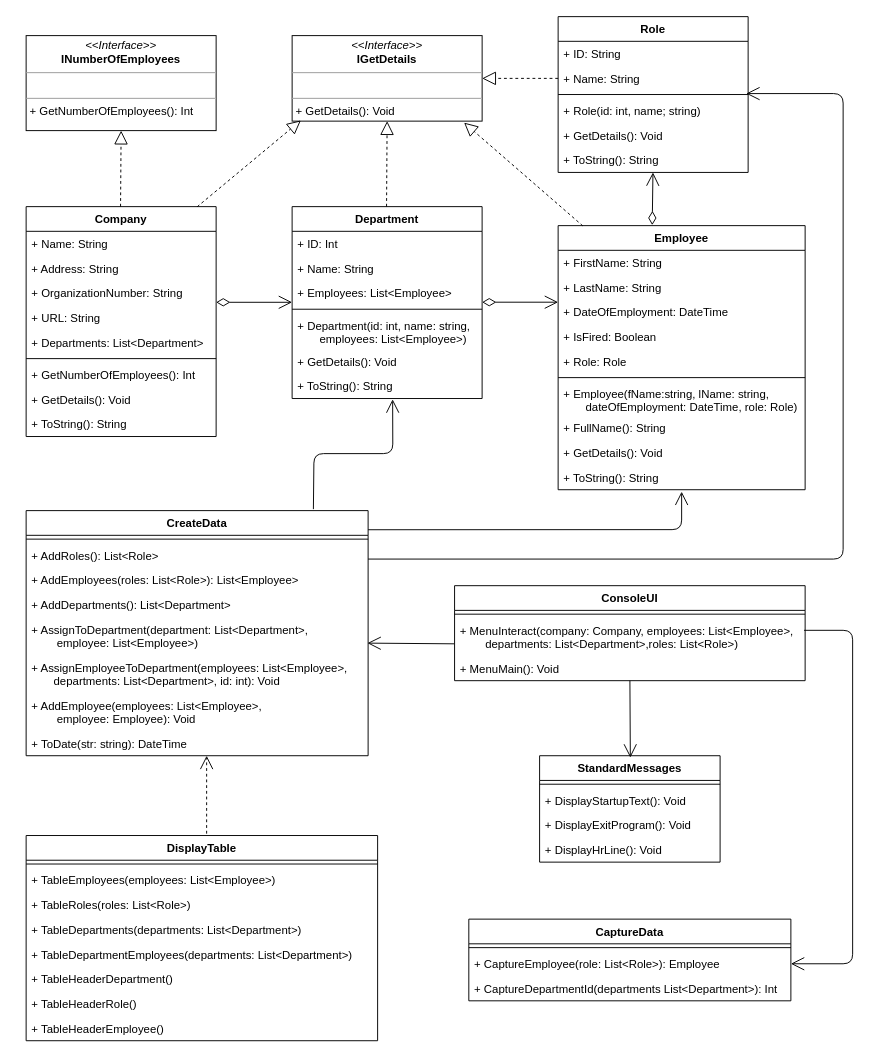
The draw.io diagram laboration_3/DICE.drawio in philipsinnott/gik2f7_laborationer, before the edit. Source tidied: cells renumbered, new cells numbered last; positions are measured from the earlier drawing's top-left corner, leaving out a move shared by most shapes. Both pictures are drawn from the tidied source at 95%, with x=0, y=0 at pixel (26, 16).
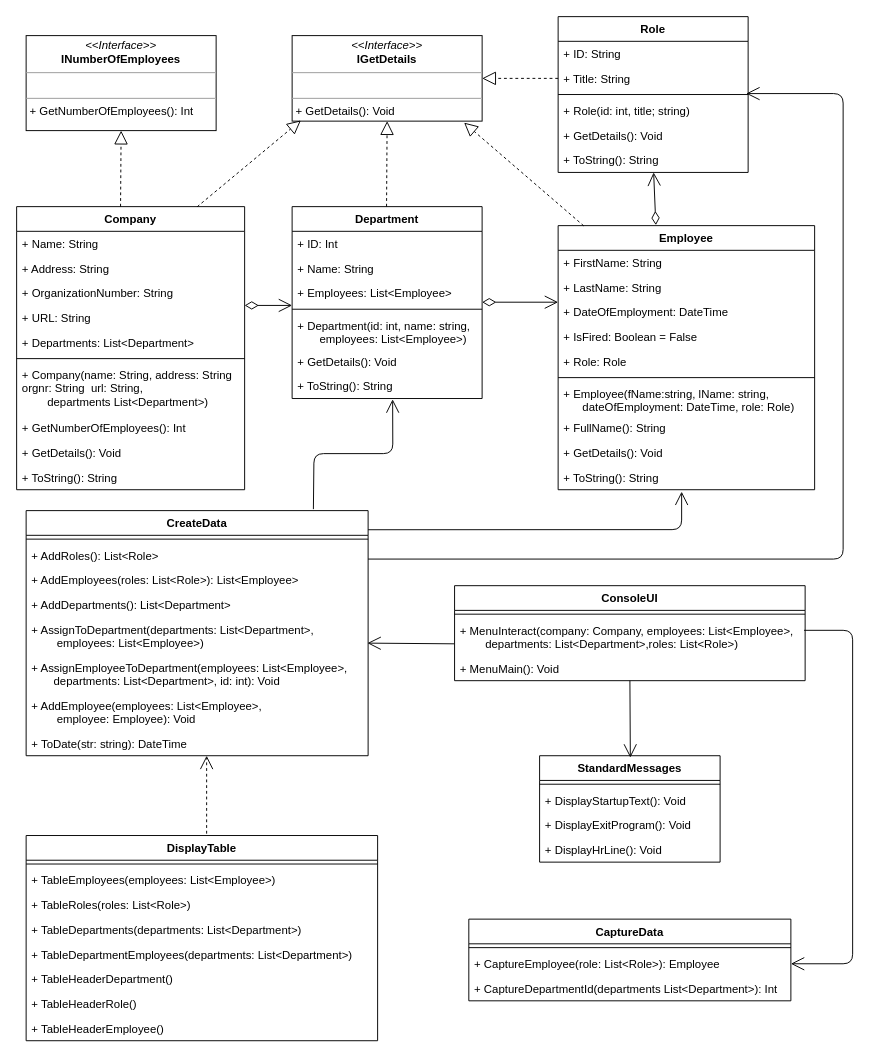
The same page after the edit.

Unchanged cells that the change refers to:
```xml
<mxCell id="32" value="Role" style="swimlane;fontStyle=1;align=center;verticalAlign=top;horizontal=1;startSize=26;" parent="1" vertex="1">
  <mxGeometry x="560" width="200" height="164" as="geometry" />
</mxCell>
<mxCell id="49" value="CreateData" style="swimlane;fontStyle=1;align=center;verticalAlign=top;horizontal=1;startSize=26;" parent="1" vertex="1">
  <mxGeometry y="520" width="360" height="258" as="geometry" />
</mxCell>
```

The edit, as a diff of the source:
```diff
@@
     <mxCell id="2" value="Employee" style="swimlane;fontStyle=1;align=center;verticalAlign=top;horizontal=1;startSize=26;" parent="1" vertex="1">
-      <mxGeometry x="560" y="220" width="260" height="278" as="geometry" />
+      <mxGeometry x="560" y="220" width="270" height="278" as="geometry" />
     </mxCell>
     <mxCell id="3" value="+ FirstName: String" style="text;strokeColor=none;fillColor=none;align=left;verticalAlign=top;spacingLeft=4;spacingRight=4;overflow=hidden;" parent="2" vertex="1">
-      <mxGeometry y="26" width="260" height="26" as="geometry" />
+      <mxGeometry y="26" width="270" height="26" as="geometry" />
     </mxCell>
     <mxCell id="4" value="+ LastName: String" style="text;strokeColor=none;fillColor=none;align=left;verticalAlign=top;spacingLeft=4;spacingRight=4;overflow=hidden;" parent="2" vertex="1">
-      <mxGeometry y="52" width="260" height="26" as="geometry" />
+      <mxGeometry y="52" width="270" height="26" as="geometry" />
     </mxCell>
     <mxCell id="5" value="+ DateOfEmployment: DateTime" style="text;strokeColor=none;fillColor=none;align=left;verticalAlign=top;spacingLeft=4;spacingRight=4;overflow=hidden;" parent="2" vertex="1">
-      <mxGeometry y="78" width="260" height="26" as="geometry" />
+      <mxGeometry y="78" width="270" height="26" as="geometry" />
     </mxCell>
-    <mxCell id="6" value="+ IsFired: Boolean" style="text;strokeColor=none;fillColor=none;align=left;verticalAlign=top;spacingLeft=4;spacingRight=4;overflow=hidden;" parent="2" vertex="1">
-      <mxGeometry y="104" width="260" height="26" as="geometry" />
+    <mxCell id="6" value="+ IsFired: Boolean = False" style="text;strokeColor=none;fillColor=none;align=left;verticalAlign=top;spacingLeft=4;spacingRight=4;overflow=hidden;" parent="2" vertex="1">
+      <mxGeometry y="104" width="270" height="26" as="geometry" />
     </mxCell>
     <mxCell id="7" value="+ Role: Role" style="text;strokeColor=none;fillColor=none;align=left;verticalAlign=top;spacingLeft=4;spacingRight=4;overflow=hidden;" parent="2" vertex="1">
-      <mxGeometry y="130" width="260" height="26" as="geometry" />
+      <mxGeometry y="130" width="270" height="26" as="geometry" />
     </mxCell>
     <mxCell id="8" style="line;strokeWidth=1;fillColor=none;align=left;verticalAlign=middle;spacingTop=-1;spacingLeft=3;spacingRight=3;labelPosition=right;" parent="2" vertex="1">
-      <mxGeometry y="156" width="260" height="8" as="geometry" />
+      <mxGeometry y="156" width="270" height="8" as="geometry" />
     </mxCell>
-    <mxCell id="9" value="+ Employee(fName:string, lName: string, &#10;       dateOfEmployment: DateTime, role: Role)" style="text;strokeColor=none;fillColor=none;align=left;verticalAlign=top;spacingLeft=4;spacingRight=4;overflow=hidden;" parent="2" vertex="1">
-      <mxGeometry y="164" width="260" height="36" as="geometry" />
+    <mxCell id="9" value="+ Employee(fName:string, lName: string, &#10;      dateOfEmployment: DateTime, role: Role)" style="text;strokeColor=none;fillColor=none;align=left;verticalAlign=top;spacingLeft=4;spacingRight=4;overflow=hidden;" parent="2" vertex="1">
+      <mxGeometry y="164" width="270" height="36" as="geometry" />
     </mxCell>
     <mxCell id="10" value="+ FullName(): String" style="text;strokeColor=none;fillColor=none;align=left;verticalAlign=top;spacingLeft=4;spacingRight=4;overflow=hidden;" parent="2" vertex="1">
-      <mxGeometry y="200" width="260" height="26" as="geometry" />
+      <mxGeometry y="200" width="270" height="26" as="geometry" />
     </mxCell>
     <mxCell id="11" value="+ GetDetails(): Void" style="text;strokeColor=none;fillColor=none;align=left;verticalAlign=top;spacingLeft=4;spacingRight=4;overflow=hidden;" parent="2" vertex="1">
-      <mxGeometry y="226" width="260" height="26" as="geometry" />
+      <mxGeometry y="226" width="270" height="26" as="geometry" />
     </mxCell>
     <mxCell id="12" value="+ ToString(): String" style="text;strokeColor=none;fillColor=none;align=left;verticalAlign=top;spacingLeft=4;spacingRight=4;overflow=hidden;" parent="2" vertex="1">
-      <mxGeometry y="252" width="260" height="26" as="geometry" />
+      <mxGeometry y="252" width="270" height="26" as="geometry" />
     </mxCell>
@@
     <mxCell id="21" value="Company" style="swimlane;fontStyle=1;align=center;verticalAlign=top;horizontal=1;startSize=26;" parent="1" vertex="1">
-      <mxGeometry y="200" width="200" height="242" as="geometry" />
+      <mxGeometry x="-10" y="200" width="240" height="298" as="geometry" />
     </mxCell>
     <mxCell id="22" value="+ Name: String&#10;" style="text;strokeColor=none;fillColor=none;align=left;verticalAlign=top;spacingLeft=4;spacingRight=4;overflow=hidden;" parent="21" vertex="1">
-      <mxGeometry y="26" width="200" height="26" as="geometry" />
+      <mxGeometry y="26" width="240" height="26" as="geometry" />
     </mxCell>
     <mxCell id="23" value="+ Address: String" style="text;strokeColor=none;fillColor=none;align=left;verticalAlign=top;spacingLeft=4;spacingRight=4;overflow=hidden;" parent="21" vertex="1">
-      <mxGeometry y="52" width="200" height="26" as="geometry" />
+      <mxGeometry y="52" width="240" height="26" as="geometry" />
     </mxCell>
     <mxCell id="24" value="+ OrganizationNumber: String" style="text;strokeColor=none;fillColor=none;align=left;verticalAlign=top;spacingLeft=4;spacingRight=4;overflow=hidden;" parent="21" vertex="1">
-      <mxGeometry y="78" width="200" height="26" as="geometry" />
+      <mxGeometry y="78" width="240" height="26" as="geometry" />
     </mxCell>
     <mxCell id="25" value="+ URL: String" style="text;strokeColor=none;fillColor=none;align=left;verticalAlign=top;spacingLeft=4;spacingRight=4;overflow=hidden;" parent="21" vertex="1">
-      <mxGeometry y="104" width="200" height="26" as="geometry" />
+      <mxGeometry y="104" width="240" height="26" as="geometry" />
     </mxCell>
     <mxCell id="26" value="+ Departments: List&lt;Department&gt;" style="text;strokeColor=none;fillColor=none;align=left;verticalAlign=top;spacingLeft=4;spacingRight=4;overflow=hidden;" parent="21" vertex="1">
-      <mxGeometry y="130" width="200" height="26" as="geometry" />
+      <mxGeometry y="130" width="240" height="26" as="geometry" />
     </mxCell>
     <mxCell id="27" style="line;strokeWidth=1;fillColor=none;align=left;verticalAlign=middle;spacingTop=-1;spacingLeft=3;spacingRight=3;labelPosition=right;" parent="21" vertex="1">
-      <mxGeometry y="156" width="200" height="8" as="geometry" />
+      <mxGeometry y="156" width="240" height="8" as="geometry" />
     </mxCell>
+    <mxCell id="86" value="+ Company(name: String, address: String&#10;        orgnr: String  url: String,&#10;         departments List&lt;Department&gt;) " style="text;strokeColor=none;fillColor=none;align=left;verticalAlign=top;spacingLeft=4;spacingRight=4;overflow=hidden;" parent="21" vertex="1">
+      <mxGeometry y="164" width="240" height="56" as="geometry" />
+    </mxCell>
     <mxCell id="28" value="+ GetNumberOfEmployees(): Int" style="text;strokeColor=none;fillColor=none;align=left;verticalAlign=top;spacingLeft=4;spacingRight=4;overflow=hidden;" parent="21" vertex="1">
-      <mxGeometry y="164" width="200" height="26" as="geometry" />
+      <mxGeometry y="220" width="240" height="26" as="geometry" />
     </mxCell>
     <mxCell id="29" value="+ GetDetails(): Void" style="text;strokeColor=none;fillColor=none;align=left;verticalAlign=top;spacingLeft=4;spacingRight=4;overflow=hidden;" parent="21" vertex="1">
-      <mxGeometry y="190" width="200" height="26" as="geometry" />
+      <mxGeometry y="246" width="240" height="26" as="geometry" />
     </mxCell>
     <mxCell id="30" value="+ ToString(): String" style="text;strokeColor=none;fillColor=none;align=left;verticalAlign=top;spacingLeft=4;spacingRight=4;overflow=hidden;" parent="21" vertex="1">
-      <mxGeometry y="216" width="200" height="26" as="geometry" />
+      <mxGeometry y="272" width="240" height="26" as="geometry" />
     </mxCell>
@@
-    <mxCell id="34" value="+ Name: String" style="text;strokeColor=none;fillColor=none;align=left;verticalAlign=top;spacingLeft=4;spacingRight=4;overflow=hidden;points=[[0,0.5],[1,0.5]];portConstraint=eastwest;" parent="32" vertex="1">
+    <mxCell id="34" value="+ Title: String" style="text;strokeColor=none;fillColor=none;align=left;verticalAlign=top;spacingLeft=4;spacingRight=4;overflow=hidden;points=[[0,0.5],[1,0.5]];portConstraint=eastwest;" parent="32" vertex="1">
       <mxGeometry y="52" width="200" height="26" as="geometry" />
     </mxCell>
@@
-    <mxCell id="36" value="+ Role(id: int, name; string)" style="text;strokeColor=none;fillColor=none;align=left;verticalAlign=top;spacingLeft=4;spacingRight=4;overflow=hidden;points=[[0,0.5],[1,0.5]];portConstraint=eastwest;" parent="32" vertex="1">
+    <mxCell id="36" value="+ Role(id: int, title; string)" style="text;strokeColor=none;fillColor=none;align=left;verticalAlign=top;spacingLeft=4;spacingRight=4;overflow=hidden;points=[[0,0.5],[1,0.5]];portConstraint=eastwest;" parent="32" vertex="1">
       <mxGeometry y="86" width="200" height="26" as="geometry" />
     </mxCell>
@@
-    <mxCell id="54" value="+ AssignToDepartment(department: List&lt;Department&gt;,&#10;        employee: List&lt;Employee&gt;)&#10;&#10;" style="text;strokeColor=none;fillColor=none;align=left;verticalAlign=top;spacingLeft=4;spacingRight=4;overflow=hidden;points=[[0,0.5],[1,0.5]];portConstraint=eastwest;" parent="49" vertex="1">
+    <mxCell id="54" value="+ AssignToDepartment(departments: List&lt;Department&gt;,&#10;        employees: List&lt;Employee&gt;)&#10;&#10;" style="text;strokeColor=none;fillColor=none;align=left;verticalAlign=top;spacingLeft=4;spacingRight=4;overflow=hidden;points=[[0,0.5],[1,0.5]];portConstraint=eastwest;" parent="49" vertex="1">
       <mxGeometry y="112" width="360" height="40" as="geometry" />
     </mxCell>
@@
-    <mxCell id="72" style="endArrow=open;html=1;startArrow=diamondThin;startFill=0;strokeWidth=1;endSize=12;startSize=12;endFill=0;" parent="1" edge="1">
-      <mxGeometry relative="1" as="geometry">
-        <mxPoint x="200" y="300.7" as="sourcePoint" />
-        <mxPoint x="280" y="300.7" as="targetPoint" />
-      </mxGeometry>
-    </mxCell>
@@
+    <mxCell id="72" style="endArrow=open;html=1;startArrow=diamondThin;startFill=0;strokeWidth=1;endSize=12;startSize=12;endFill=0;" parent="1" edge="1">
+      <mxGeometry relative="1" as="geometry">
+        <mxPoint x="230" y="304" as="sourcePoint" />
+        <mxPoint x="280" y="304" as="targetPoint" />
+      </mxGeometry>
+    </mxCell>
```
